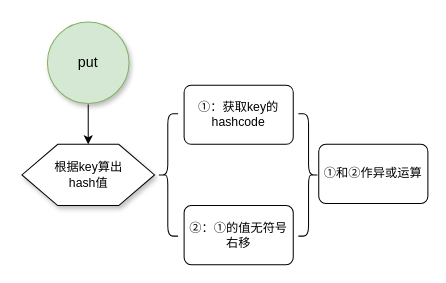
LDChing0321/JavaLearn keeps this draw.io diagram as typora/JavaSE/6 集合/drawio/HashMap/put过程1.8.drawio. Above is the earlier version. Source tidied: cells renumbered, new cells numbered last; positions are measured from the earlier drawing's top-left corner, leaving out a move shared by most shapes. Both pictures are drawn from the tidied source at 102%, with x=0, y=0 at pixel (21, 21).
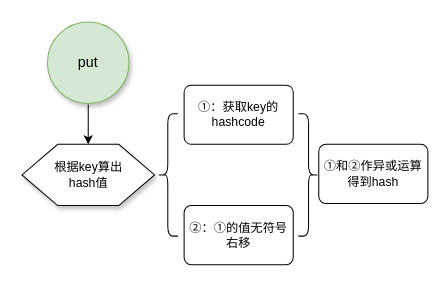
The same diagram, later.

What changed in the source:
```diff
@@
 <mxGraphModel>
   <root>
     <mxCell id="0" />
     <mxCell id="1" parent="0" />
     <mxCell id="2" style="edgeStyle=orthogonalEdgeStyle;rounded=0;jettySize=auto;html=1;fontSize=12;fontColor=#000000;strokeColor=#000000;" parent="1" edge="1" source="3" target="4">
       <mxGeometry relative="1" as="geometry" />
     </mxCell>
     <mxCell id="3" value="&lt;font style=&quot;font-size: 14px;&quot;&gt;put&lt;/font&gt;" style="strokeWidth=1;html=1;shape=mxgraph.flowchart.start_2;whiteSpace=wrap;labelBorderColor=none;strokeColor=#82b366;perimeterSpacing=1;fillColor=#d5e8d4;shadow=1;fontSize=14;" parent="1" vertex="1">
       <mxGeometry x="25" width="80" height="80" as="geometry" />
     </mxCell>
     <mxCell id="4" value="根据key算出&lt;br&gt;hash值" style="verticalLabelPosition=middle;verticalAlign=middle;html=1;shape=hexagon;perimeter=hexagonPerimeter2;arcSize=6;size=0.27;shadow=1;labelBorderColor=none;fontSize=12;strokeColor=default;strokeWidth=1;gradientColor=none;labelPosition=center;align=center;" parent="1" vertex="1">
       <mxGeometry y="120" width="130" height="60" as="geometry" />
     </mxCell>
     <mxCell id="5" style="shape=curlyBracket;whiteSpace=wrap;html=1;rounded=1;" parent="1" vertex="1">
       <mxGeometry x="133" y="90" width="20" height="120" as="geometry" />
     </mxCell>
     <mxCell id="6" value="①：获取key的hashcode" style="rounded=1;whiteSpace=wrap;html=1;absoluteArcSize=1;arcSize=14;strokeWidth=1;" parent="1" vertex="1">
       <mxGeometry x="159" y="62" width="107" height="58" as="geometry" />
     </mxCell>
     <mxCell id="7" value="②：①的值无符号右移" style="rounded=1;whiteSpace=wrap;html=1;absoluteArcSize=1;arcSize=14;strokeWidth=1;" parent="1" vertex="1">
       <mxGeometry x="159" y="180" width="107" height="58" as="geometry" />
     </mxCell>
     <mxCell id="8" style="shape=curlyBracket;whiteSpace=wrap;html=1;rounded=1;flipH=1;strokeWidth=1;" parent="1" vertex="1">
       <mxGeometry x="271" y="90" width="20" height="120" as="geometry" />
     </mxCell>
-    <mxCell id="9" value="①和②作异或运算" style="rounded=1;whiteSpace=wrap;html=1;absoluteArcSize=1;arcSize=14;strokeWidth=1;" parent="1" vertex="1">
+    <mxCell id="9" value="①和②作异或运算得到hash" style="rounded=1;whiteSpace=wrap;html=1;absoluteArcSize=1;arcSize=14;strokeWidth=1;" parent="1" vertex="1">
       <mxGeometry x="291" y="120" width="107" height="58" as="geometry" />
     </mxCell>
   </root>
 </mxGraphModel>
```
